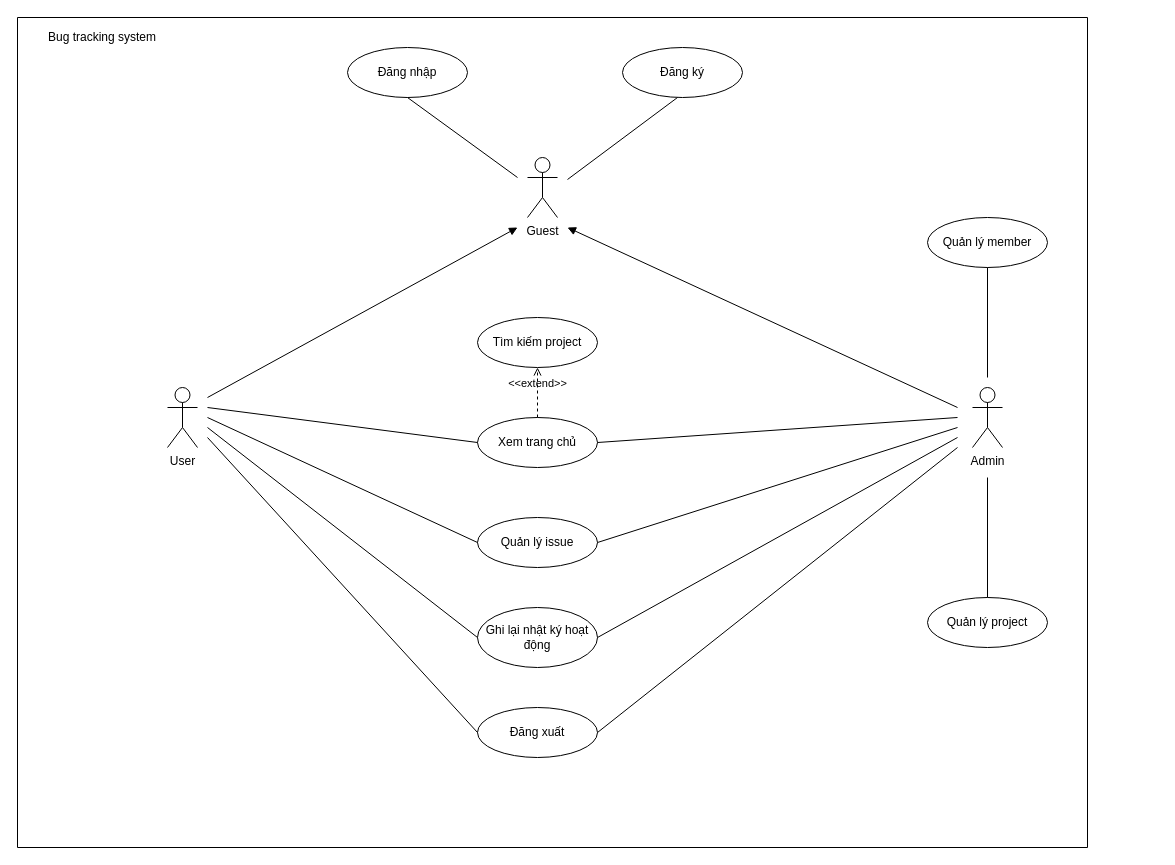
Above: page "Page-1" (1 of 6) of Untitled Diagram.drawio in NightFury712/Demo-Project-2 (draw.io), before the change. Source tidied: cells renumbered, new cells numbered last; positions are measured from the earlier drawing's top-left corner, leaving out a move shared by most shapes. Both pictures are drawn from the tidied source at 100%, with x=0, y=0 at pixel (17, 17).
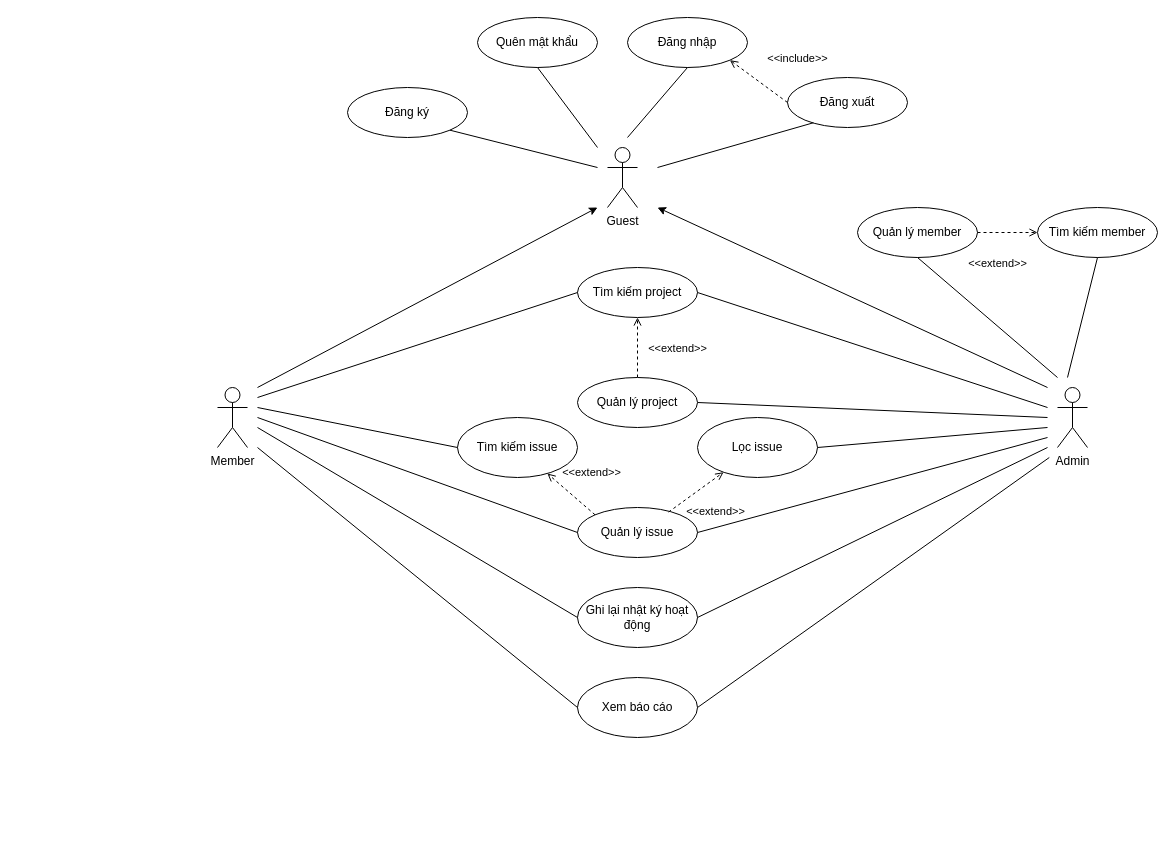
The same diagram, later.

Change to the diagram source:
```diff
@@
-    <mxCell id="2" style="swimlane;startSize=0;" parent="1" vertex="1">
-      <mxGeometry width="1070" height="830" as="geometry" />
-    </mxCell>
+    <mxCell id="15" value="Admin" style="shape=umlActor;verticalLabelPosition=bottom;verticalAlign=top;html=1;" parent="1" vertex="1">
+      <mxGeometry x="1040" y="370" width="30" height="60" as="geometry" />
+    </mxCell>
+    <mxCell id="13" value="Member" style="shape=umlActor;verticalLabelPosition=bottom;verticalAlign=top;html=1;" parent="1" vertex="1">
+      <mxGeometry x="200" y="370" width="30" height="60" as="geometry" />
+    </mxCell>
+    <mxCell id="12" value="Ghi lại nhật ký hoạt động" style="ellipse;whiteSpace=wrap;html=1;" parent="1" vertex="1">
+      <mxGeometry x="560" y="570" width="120" height="60" as="geometry" />
+    </mxCell>
+    <mxCell id="7" value="Quản lý member" style="ellipse;whiteSpace=wrap;html=1;" parent="1" vertex="1">
+      <mxGeometry x="840" y="190" width="120" height="50" as="geometry" />
+    </mxCell>
-    <mxCell id="3" value="Đăng ký" style="ellipse;whiteSpace=wrap;html=1;" parent="2" vertex="1">
-      <mxGeometry x="605" y="30" width="120" height="50" as="geometry" />
+    <mxCell id="3" value="Đăng ký" style="ellipse;whiteSpace=wrap;html=1;" parent="1" vertex="1">
+      <mxGeometry x="330" y="70" width="120" height="50" as="geometry" />
     </mxCell>
+    <mxCell id="10" value="Đăng xuất" style="ellipse;whiteSpace=wrap;html=1;" parent="1" vertex="1">
+      <mxGeometry x="770" y="60" width="120" height="50" as="geometry" />
+    </mxCell>
-    <mxCell id="4" value="Đăng nhập" style="ellipse;whiteSpace=wrap;html=1;" parent="2" vertex="1">
-      <mxGeometry x="330" y="30" width="120" height="50" as="geometry" />
+    <mxCell id="4" value="Đăng nhập" style="ellipse;whiteSpace=wrap;html=1;" parent="1" vertex="1">
+      <mxGeometry x="610" width="120" height="50" as="geometry" />
     </mxCell>
+    <mxCell id="6" value="Quản lý issue" style="ellipse;whiteSpace=wrap;html=1;" parent="1" vertex="1">
+      <mxGeometry x="560" y="490" width="120" height="50" as="geometry" />
+    </mxCell>
+    <mxCell id="8" value="Tìm kiếm project" style="ellipse;whiteSpace=wrap;html=1;" parent="1" vertex="1">
+      <mxGeometry x="560" y="250" width="120" height="50" as="geometry" />
+    </mxCell>
+    <mxCell id="14" value="Guest" style="shape=umlActor;verticalLabelPosition=bottom;verticalAlign=top;html=1;" parent="1" vertex="1">
+      <mxGeometry x="590" y="130" width="30" height="60" as="geometry" />
+    </mxCell>
+    <mxCell id="31" style="endArrow=none;html=1;rounded=0;entryX=1;entryY=1;entryDx=0;entryDy=0;" parent="1" edge="1" target="3">
+      <mxGeometry relative="1" as="geometry">
+        <mxPoint x="580" y="150" as="sourcePoint" />
+      </mxGeometry>
+    </mxCell>
+    <mxCell id="32" style="endArrow=none;html=1;rounded=0;entryX=0.5;entryY=1;entryDx=0;entryDy=0;" parent="1" edge="1" target="4">
+      <mxGeometry relative="1" as="geometry">
+        <mxPoint x="610" y="120" as="sourcePoint" />
+      </mxGeometry>
+    </mxCell>
+    <mxCell id="33" style="endArrow=none;html=1;rounded=0;entryX=0.216;entryY=0.905;entryDx=0;entryDy=0;entryPerimeter=0;" parent="1" edge="1" target="10">
+      <mxGeometry relative="1" as="geometry">
+        <mxPoint x="640" y="150" as="sourcePoint" />
+      </mxGeometry>
+    </mxCell>
+    <mxCell id="34" style="endArrow=classic;html=1;rounded=0;" parent="1" edge="1">
+      <mxGeometry relative="1" as="geometry">
+        <mxPoint x="240" y="370" as="sourcePoint" />
+        <mxPoint x="580" y="190" as="targetPoint" />
+      </mxGeometry>
+    </mxCell>
+    <mxCell id="35" style="endArrow=classic;html=1;rounded=0;" parent="1" edge="1">
+      <mxGeometry relative="1" as="geometry">
+        <mxPoint x="1030" y="370" as="sourcePoint" />
+        <mxPoint x="640" y="190" as="targetPoint" />
+      </mxGeometry>
+    </mxCell>
+    <mxCell id="36" style="endArrow=none;html=1;rounded=0;entryX=0.5;entryY=1;entryDx=0;entryDy=0;" parent="1" edge="1" target="7">
+      <mxGeometry relative="1" as="geometry">
+        <mxPoint x="1040" y="360" as="sourcePoint" />
+      </mxGeometry>
+    </mxCell>
+    <mxCell id="37" style="endArrow=none;html=1;rounded=0;exitX=1;exitY=0.5;exitDx=0;exitDy=0;" parent="1" edge="1" source="8">
+      <mxGeometry relative="1" as="geometry">
+        <mxPoint x="1030" y="390" as="targetPoint" />
+      </mxGeometry>
+    </mxCell>
+    <mxCell id="38" value="&amp;lt;&amp;lt;extend&amp;gt;&amp;gt;" style="html=1;verticalAlign=bottom;labelBackgroundColor=none;endArrow=open;endFill=0;dashed=1;rounded=0;entryX=0.5;entryY=1;entryDx=0;entryDy=0;exitX=0.5;exitY=0;exitDx=0;exitDy=0;" parent="1" edge="1" source="5" target="8">
+      <mxGeometry x="-0.33" y="-40" relative="1" as="geometry" />
+    </mxCell>
+    <mxCell id="39" style="endArrow=none;html=1;rounded=0;exitX=1;exitY=0.5;exitDx=0;exitDy=0;" parent="1" edge="1" source="5">
+      <mxGeometry relative="1" as="geometry">
+        <mxPoint x="1030" y="400" as="targetPoint" />
+      </mxGeometry>
+    </mxCell>
+    <mxCell id="40" style="endArrow=none;html=1;rounded=0;entryX=0;entryY=0.5;entryDx=0;entryDy=0;" parent="1" edge="1" target="6">
+      <mxGeometry relative="1" as="geometry">
+        <mxPoint x="240" y="400" as="sourcePoint" />
+      </mxGeometry>
+    </mxCell>
+    <mxCell id="41" style="endArrow=none;html=1;rounded=0;entryX=1;entryY=0.5;entryDx=0;entryDy=0;" parent="1" edge="1" target="6">
+      <mxGeometry relative="1" as="geometry">
+        <mxPoint x="1030" y="420" as="sourcePoint" />
+      </mxGeometry>
+    </mxCell>
+    <mxCell id="42" style="endArrow=none;html=1;rounded=0;entryX=0;entryY=0.5;entryDx=0;entryDy=0;" parent="1" edge="1" target="8">
+      <mxGeometry relative="1" as="geometry">
+        <mxPoint x="240" y="380" as="sourcePoint" />
+      </mxGeometry>
+    </mxCell>
-    <mxCell id="5" value="Quản lý project" style="ellipse;whiteSpace=wrap;html=1;" parent="2" vertex="1">
-      <mxGeometry x="910" y="580" width="120" height="50" as="geometry" />
+    <mxCell id="5" value="Quản lý project" style="ellipse;whiteSpace=wrap;html=1;" parent="1" vertex="1">
+      <mxGeometry x="560" y="360" width="120" height="50" as="geometry" />
     </mxCell>
-    <mxCell id="6" value="Quản lý issue" style="ellipse;whiteSpace=wrap;html=1;" parent="2" vertex="1">
-      <mxGeometry x="460" y="500" width="120" height="50" as="geometry" />
-    </mxCell>
-    <mxCell id="7" value="Quản lý member" style="ellipse;whiteSpace=wrap;html=1;" parent="2" vertex="1">
-      <mxGeometry x="910" y="200" width="120" height="50" as="geometry" />
-    </mxCell>
-    <mxCell id="8" value="Tìm kiếm project" style="ellipse;whiteSpace=wrap;html=1;" parent="2" vertex="1">
-      <mxGeometry x="460" y="300" width="120" height="50" as="geometry" />
-    </mxCell>
-    <mxCell id="9" value="Xem trang chủ" style="ellipse;whiteSpace=wrap;html=1;" parent="2" vertex="1">
-      <mxGeometry x="460" y="400" width="120" height="50" as="geometry" />
-    </mxCell>
-    <mxCell id="10" value="Đăng xuất" style="ellipse;whiteSpace=wrap;html=1;" parent="2" vertex="1">
-      <mxGeometry x="460" y="690" width="120" height="50" as="geometry" />
-    </mxCell>
-    <mxCell id="11" value="Bug tracking system" style="text;html=1;strokeColor=none;fillColor=none;align=center;verticalAlign=middle;whiteSpace=wrap;rounded=0;" parent="2" vertex="1">
-      <mxGeometry x="20" y="10" width="130" height="20" as="geometry" />
-    </mxCell>
-    <mxCell id="12" value="Ghi lại nhật ký hoạt động" style="ellipse;whiteSpace=wrap;html=1;" parent="2" vertex="1">
-      <mxGeometry x="460" y="590" width="120" height="60" as="geometry" />
-    </mxCell>
-    <mxCell id="13" value="User" style="shape=umlActor;verticalLabelPosition=bottom;verticalAlign=top;html=1;" parent="2" vertex="1">
-      <mxGeometry x="150" y="370" width="30" height="60" as="geometry" />
-    </mxCell>
-    <mxCell id="14" value="Guest" style="shape=umlActor;verticalLabelPosition=bottom;verticalAlign=top;html=1;" parent="2" vertex="1">
-      <mxGeometry x="510" y="140" width="30" height="60" as="geometry" />
-    </mxCell>
-    <mxCell id="15" value="Admin" style="shape=umlActor;verticalLabelPosition=bottom;verticalAlign=top;html=1;" parent="2" vertex="1">
-      <mxGeometry x="955" y="370" width="30" height="60" as="geometry" />
-    </mxCell>
-    <mxCell id="16" value="&amp;lt;&amp;lt;extend&amp;gt;&amp;gt;" style="html=1;verticalAlign=bottom;labelBackgroundColor=none;endArrow=open;endFill=0;dashed=1;entryX=0.5;entryY=1;entryDx=0;entryDy=0;" parent="2" edge="1" source="9" target="8">
-      <mxGeometry relative="1" as="geometry" />
-    </mxCell>
-    <mxCell id="17" style="html=1;verticalAlign=bottom;labelBackgroundColor=none;endArrow=block;endFill=1;" parent="2" edge="1">
-      <mxGeometry relative="1" as="geometry">
-        <mxPoint x="190" y="380" as="sourcePoint" />
-        <mxPoint x="500" y="210" as="targetPoint" />
-      </mxGeometry>
-    </mxCell>
-    <mxCell id="18" style="endArrow=none;html=1;entryX=0;entryY=0.5;entryDx=0;entryDy=0;" parent="2" edge="1" target="9">
-      <mxGeometry relative="1" as="geometry">
-        <mxPoint x="190" y="390" as="sourcePoint" />
-      </mxGeometry>
-    </mxCell>
-    <mxCell id="19" style="endArrow=none;html=1;entryX=0;entryY=0.5;entryDx=0;entryDy=0;" parent="2" edge="1" target="10">
-      <mxGeometry relative="1" as="geometry">
-        <mxPoint x="190" y="420" as="sourcePoint" />
-      </mxGeometry>
-    </mxCell>
-    <mxCell id="20" style="endArrow=none;html=1;exitX=0.5;exitY=1;exitDx=0;exitDy=0;" parent="2" edge="1" source="4">
-      <mxGeometry relative="1" as="geometry">
-        <mxPoint x="500" y="160" as="targetPoint" />
-      </mxGeometry>
-    </mxCell>
-    <mxCell id="21" style="endArrow=none;html=1;" parent="2" edge="1">
-      <mxGeometry relative="1" as="geometry">
-        <mxPoint x="550" y="162" as="sourcePoint" />
-        <mxPoint x="660" y="80" as="targetPoint" />
-      </mxGeometry>
-    </mxCell>
-    <mxCell id="22" style="endArrow=none;html=1;exitX=1;exitY=0.5;exitDx=0;exitDy=0;" parent="2" edge="1" source="12">
-      <mxGeometry relative="1" as="geometry">
-        <mxPoint x="940" y="420" as="targetPoint" />
-      </mxGeometry>
-    </mxCell>
-    <mxCell id="23" style="endArrow=none;html=1;exitX=1;exitY=0.5;exitDx=0;exitDy=0;" parent="2" edge="1" source="10">
-      <mxGeometry relative="1" as="geometry">
-        <mxPoint x="940" y="430" as="targetPoint" />
-      </mxGeometry>
-    </mxCell>
-    <mxCell id="24" style="endArrow=none;html=1;entryX=0.5;entryY=1;entryDx=0;entryDy=0;" parent="2" edge="1" target="7">
-      <mxGeometry relative="1" as="geometry">
-        <mxPoint x="970" y="360" as="sourcePoint" />
-      </mxGeometry>
-    </mxCell>
-    <mxCell id="25" style="endArrow=none;html=1;entryX=0.5;entryY=0;entryDx=0;entryDy=0;" parent="2" edge="1" target="5">
-      <mxGeometry relative="1" as="geometry">
-        <mxPoint x="970" y="460" as="sourcePoint" />
-      </mxGeometry>
-    </mxCell>
-    <mxCell id="26" style="html=1;verticalAlign=bottom;labelBackgroundColor=none;endArrow=block;endFill=1;" parent="2" edge="1">
-      <mxGeometry relative="1" as="geometry">
-        <mxPoint x="940" y="390" as="sourcePoint" />
-        <mxPoint x="550" y="210" as="targetPoint" />
-      </mxGeometry>
-    </mxCell>
-    <mxCell id="27" style="endArrow=none;html=1;entryX=0;entryY=0.5;entryDx=0;entryDy=0;" parent="1" edge="1" target="6">
-      <mxGeometry relative="1" as="geometry">
-        <mxPoint x="190" y="400" as="sourcePoint" />
-      </mxGeometry>
-    </mxCell>
-    <mxCell id="28" style="endArrow=none;html=1;entryX=0;entryY=0.5;entryDx=0;entryDy=0;" parent="1" edge="1" target="12">
-      <mxGeometry relative="1" as="geometry">
-        <mxPoint x="190" y="410" as="sourcePoint" />
-      </mxGeometry>
-    </mxCell>
-    <mxCell id="29" style="endArrow=none;html=1;exitX=1;exitY=0.5;exitDx=0;exitDy=0;" parent="1" edge="1" source="9">
-      <mxGeometry relative="1" as="geometry">
-        <mxPoint x="940" y="400" as="targetPoint" />
-      </mxGeometry>
-    </mxCell>
-    <mxCell id="30" style="endArrow=none;html=1;exitX=1;exitY=0.5;exitDx=0;exitDy=0;" parent="1" edge="1" source="6">
-      <mxGeometry relative="1" as="geometry">
-        <mxPoint x="940" y="410" as="targetPoint" />
-      </mxGeometry>
-    </mxCell>
+    <mxCell id="43" style="endArrow=none;html=1;rounded=0;entryX=0;entryY=0.5;entryDx=0;entryDy=0;" parent="1" edge="1" target="12">
+      <mxGeometry relative="1" as="geometry">
+        <mxPoint x="240" y="410" as="sourcePoint" />
+      </mxGeometry>
+    </mxCell>
+    <mxCell id="44" style="endArrow=none;html=1;rounded=0;entryX=1;entryY=0.5;entryDx=0;entryDy=0;" parent="1" edge="1" target="12">
+      <mxGeometry relative="1" as="geometry">
+        <mxPoint x="1030" y="430" as="sourcePoint" />
+      </mxGeometry>
+    </mxCell>
+    <mxCell id="45" value="Lọc issue" style="ellipse;whiteSpace=wrap;html=1;" parent="1" vertex="1">
+      <mxGeometry x="680" y="400" width="120" height="60" as="geometry" />
+    </mxCell>
+    <mxCell id="46" value="Tìm kiếm issue" style="ellipse;whiteSpace=wrap;html=1;" parent="1" vertex="1">
+      <mxGeometry x="440" y="400" width="120" height="60" as="geometry" />
+    </mxCell>
+    <mxCell id="47" value="&amp;lt;&amp;lt;extend&amp;gt;&amp;gt;" style="html=1;verticalAlign=bottom;labelBackgroundColor=none;endArrow=open;endFill=0;dashed=1;rounded=0;exitX=0;exitY=0;exitDx=0;exitDy=0;" parent="1" edge="1" source="6" target="46">
+      <mxGeometry x="-0.21" y="-23" relative="1" as="geometry" />
+    </mxCell>
+    <mxCell id="48" value="&amp;lt;&amp;lt;extend&amp;gt;&amp;gt;" style="html=1;verticalAlign=bottom;labelBackgroundColor=none;endArrow=open;endFill=0;dashed=1;rounded=0;exitX=0.759;exitY=0.091;exitDx=0;exitDy=0;exitPerimeter=0;" parent="1" edge="1" source="6" target="45">
+      <mxGeometry x="-0.02" y="-34" relative="1" as="geometry" />
+    </mxCell>
+    <mxCell id="49" value="&amp;lt;&amp;lt;include&amp;gt;&amp;gt;" style="html=1;verticalAlign=bottom;labelBackgroundColor=none;endArrow=open;endFill=0;dashed=1;rounded=0;entryX=1;entryY=1;entryDx=0;entryDy=0;exitX=0;exitY=0.5;exitDx=0;exitDy=0;" parent="1" edge="1" source="10" target="4">
+      <mxGeometry x="-0.63" y="-34" relative="1" as="geometry" />
+    </mxCell>
+    <mxCell id="50" value="Xem báo cáo" style="ellipse;whiteSpace=wrap;html=1;" parent="1" vertex="1">
+      <mxGeometry x="560" y="660" width="120" height="60" as="geometry" />
+    </mxCell>
+    <mxCell id="51" style="endArrow=none;html=1;rounded=0;entryX=0;entryY=0.5;entryDx=0;entryDy=0;" parent="1" edge="1" target="50">
+      <mxGeometry relative="1" as="geometry">
+        <mxPoint x="240" y="430" as="sourcePoint" />
+      </mxGeometry>
+    </mxCell>
+    <mxCell id="52" style="endArrow=none;html=1;rounded=0;entryX=1;entryY=0.5;entryDx=0;entryDy=0;" parent="1" edge="1" target="50">
+      <mxGeometry relative="1" as="geometry">
+        <mxPoint x="1031.8" y="440" as="sourcePoint" />
+      </mxGeometry>
+    </mxCell>
+    <mxCell id="53" style="endArrow=none;html=1;rounded=0;exitX=1;exitY=0.5;exitDx=0;exitDy=0;" parent="1" edge="1" source="45">
+      <mxGeometry relative="1" as="geometry">
+        <mxPoint x="1030" y="410" as="targetPoint" />
+      </mxGeometry>
+    </mxCell>
+    <mxCell id="54" style="endArrow=none;html=1;rounded=0;entryX=0;entryY=0.5;entryDx=0;entryDy=0;" parent="1" edge="1" target="46">
+      <mxGeometry relative="1" as="geometry">
+        <mxPoint x="240" y="390" as="sourcePoint" />
+      </mxGeometry>
+    </mxCell>
+    <mxCell id="55" value="Tìm kiếm member" style="ellipse;whiteSpace=wrap;html=1;" parent="1" vertex="1">
+      <mxGeometry x="1020" y="190" width="120" height="50" as="geometry" />
+    </mxCell>
+    <mxCell id="56" style="endArrow=none;html=1;rounded=0;entryX=0.5;entryY=1;entryDx=0;entryDy=0;" parent="1" edge="1" target="55">
+      <mxGeometry relative="1" as="geometry">
+        <mxPoint x="1050" y="360" as="sourcePoint" />
+      </mxGeometry>
+    </mxCell>
+    <mxCell id="57" value="&amp;lt;&amp;lt;extend&amp;gt;&amp;gt;" style="html=1;verticalAlign=bottom;labelBackgroundColor=none;endArrow=open;endFill=0;dashed=1;rounded=0;entryX=0;entryY=0.5;entryDx=0;entryDy=0;exitX=1;exitY=0.5;exitDx=0;exitDy=0;" parent="1" edge="1" source="7" target="55">
+      <mxGeometry x="-0.33" y="-40" relative="1" as="geometry" />
+    </mxCell>
+    <mxCell id="58" value="Quên mật khẩu" style="ellipse;whiteSpace=wrap;html=1;" parent="1" vertex="1">
+      <mxGeometry x="460" width="120" height="50" as="geometry" />
+    </mxCell>
+    <mxCell id="59" style="endArrow=none;html=1;rounded=0;entryX=0.5;entryY=1;entryDx=0;entryDy=0;" parent="1" edge="1" target="58">
+      <mxGeometry relative="1" as="geometry">
+        <mxPoint x="580" y="130" as="sourcePoint" />
+      </mxGeometry>
+    </mxCell>
```
